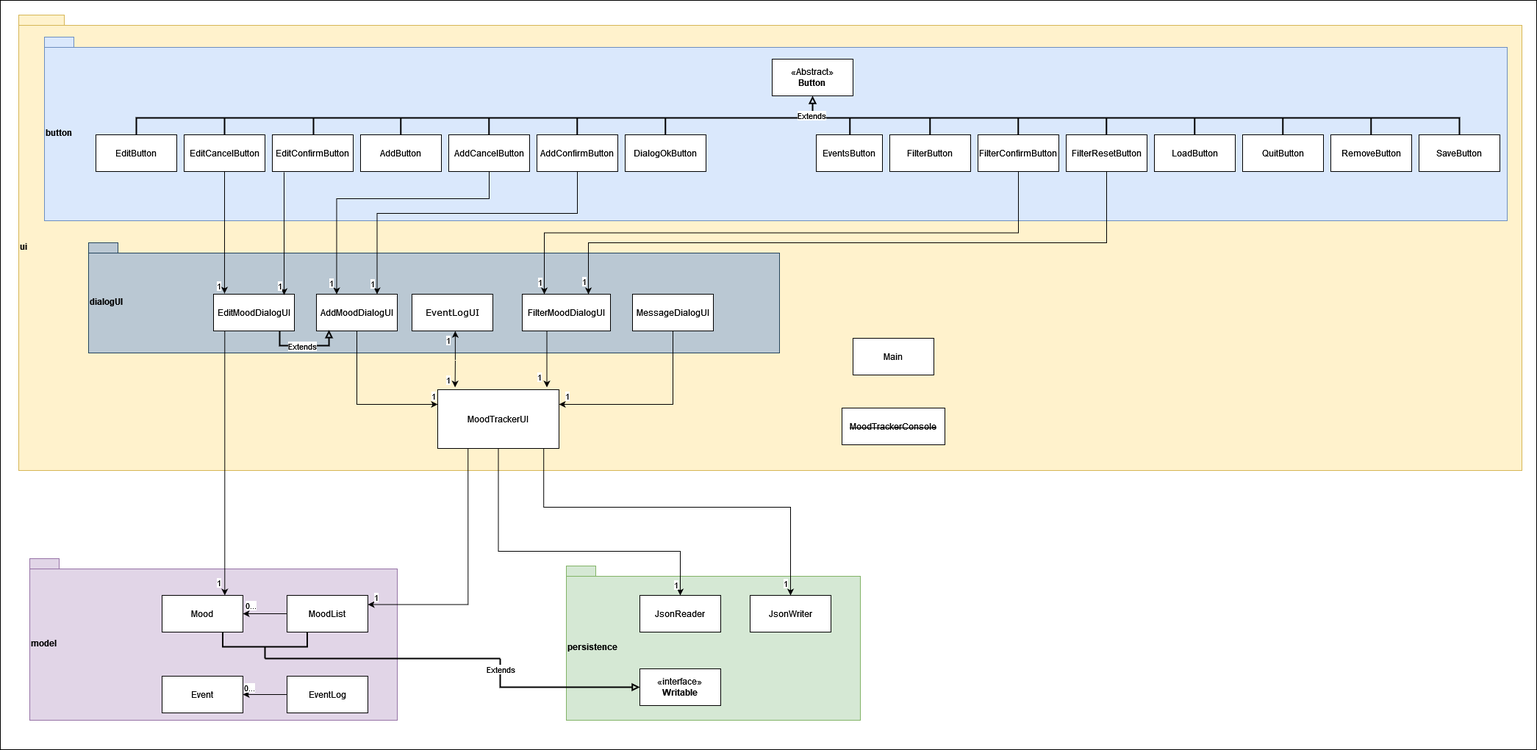
Before: UML_Design_Diagram.png, a diagram exported from draw.io (alanyhwang/Moody). Source tidied: cells renumbered, new cells last; positions are measured from the earlier drawing's top-left corner, leaving out a move shared by most shapes.
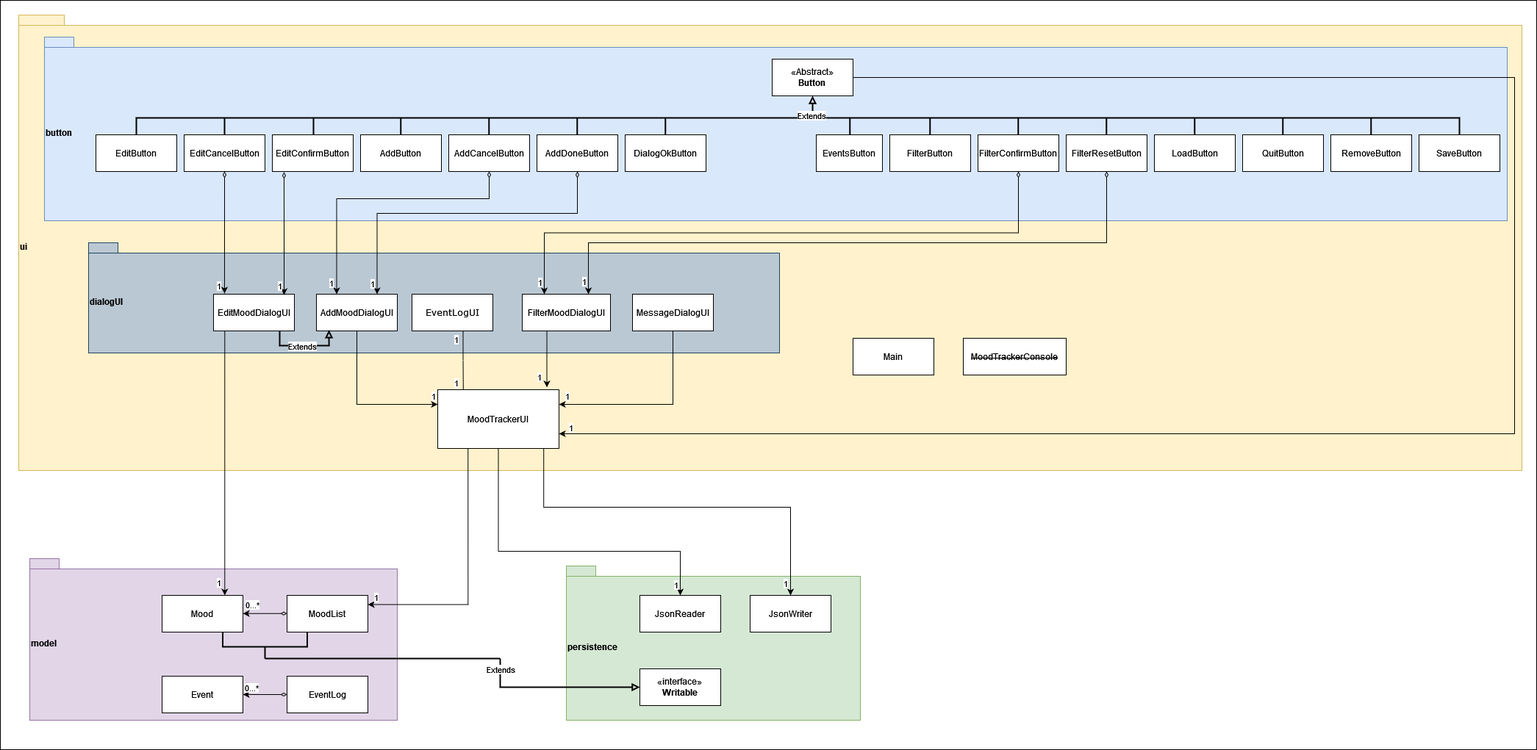
Later version of the same file.

Commit message:
Phase 4: Task 3 - updated UML diagram - updated README refactoring ideas

The edit, as a diff of the source:
```diff
@@ -33,7 +33,7 @@
       <mxGeometry x="1160" y="460" width="110" height="50" as="geometry" />
     </mxCell>
     <mxCell id="11" value="&lt;strike&gt;MoodTrackerConsole&lt;/strike&gt;" style="html=1;whiteSpace=wrap;" parent="1" vertex="1">
-      <mxGeometry x="1145" y="555" width="140" height="50" as="geometry" />
+      <mxGeometry x="1310" y="460" width="140" height="50" as="geometry" />
     </mxCell>
     <mxCell id="12" style="edgeStyle=orthogonalEdgeStyle;rounded=0;jettySize=auto;html=1;exitX=0.25;exitY=1;exitDx=0;exitDy=0;entryX=1;entryY=0.25;entryDx=0;entryDy=0;" parent="1" edge="1" source="18" target="27">
       <mxGeometry relative="1" as="geometry" />
@@ -78,12 +78,17 @@
     <mxCell id="20" value="Mood" style="html=1;whiteSpace=wrap;" parent="1" vertex="1">
       <mxGeometry x="220" y="810" width="110" height="50" as="geometry" />
     </mxCell>
-    <mxCell id="21" style="edgeStyle=orthogonalEdgeStyle;rounded=0;jettySize=auto;html=1;exitX=0;exitY=0.5;exitDx=0;exitDy=0;entryX=1;entryY=0.5;entryDx=0;entryDy=0;" parent="1" edge="1" source="23" target="19">
-      <mxGeometry relative="1" as="geometry" />
+    <mxCell id="21" style="edgeStyle=orthogonalEdgeStyle;rounded=0;jettySize=auto;html=1;exitX=0;exitY=0.5;exitDx=0;exitDy=0;entryX=1;entryY=0.5;entryDx=0;entryDy=0;startArrow=diamondThin;startFill=0;" parent="1" edge="1" source="23" target="19">
+      <mxGeometry relative="1" as="geometry">
+        <Array as="points">
+          <mxPoint x="360" y="945" />
+          <mxPoint x="360" y="945" />
+        </Array>
+      </mxGeometry>
     </mxCell>
-    <mxCell id="22" value="0..." style="edgeLabel;html=1;align=center;verticalAlign=middle;" parent="21" vertex="1">
+    <mxCell id="22" value="0...*" style="edgeLabel;html=1;align=center;verticalAlign=middle;" parent="21" vertex="1">
       <mxGeometry x="0.73" y="-2" relative="1" as="geometry">
-        <mxPoint y="-8" as="offset" />
+        <mxPoint x="3" y="-8" as="offset" />
       </mxGeometry>
     </mxCell>
     <mxCell id="23" value="EventLog" style="html=1;whiteSpace=wrap;" parent="1" vertex="1">
@@ -97,12 +102,15 @@
         </Array>
       </mxGeometry>
     </mxCell>
-    <mxCell id="25" style="edgeStyle=orthogonalEdgeStyle;rounded=0;jettySize=auto;html=1;exitX=0;exitY=0.5;exitDx=0;exitDy=0;entryX=1;entryY=0.5;entryDx=0;entryDy=0;" parent="1" edge="1" source="27" target="20">
-      <mxGeometry relative="1" as="geometry" />
+    <mxCell id="25" style="edgeStyle=orthogonalEdgeStyle;rounded=0;orthogonalLoop=1;jettySize=auto;html=1;exitX=0;exitY=0.5;exitDx=0;exitDy=0;entryX=1;entryY=0.5;entryDx=0;entryDy=0;startArrow=diamondThin;startFill=0;endArrow=classic;endFill=1;" parent="1" edge="1">
+      <mxGeometry relative="1" as="geometry">
+        <mxPoint x="390" y="834.7" as="sourcePoint" />
+        <mxPoint x="330" y="834.7" as="targetPoint" />
+      </mxGeometry>
     </mxCell>
-    <mxCell id="26" value="0..." style="edgeLabel;html=1;align=center;verticalAlign=middle;" parent="25" vertex="1">
+    <mxCell id="26" value="0...*" style="edgeLabel;html=1;align=center;verticalAlign=middle;" parent="25" vertex="1">
       <mxGeometry x="0.7" y="-3" relative="1" as="geometry">
-        <mxPoint x="1" y="-9" as="offset" />
+        <mxPoint x="3" y="-9" as="offset" />
       </mxGeometry>
     </mxCell>
     <mxCell id="27" value="MoodList" style="html=1;whiteSpace=wrap;" parent="1" vertex="1">
@@ -169,14 +177,25 @@
     <mxCell id="40" value="EditMoodDialogUI" style="html=1;whiteSpace=wrap;" parent="1" vertex="1">
       <mxGeometry x="290" y="400" width="110" height="50" as="geometry" />
     </mxCell>
-    <mxCell id="41" style="edgeStyle=orthogonalEdgeStyle;rounded=0;jettySize=auto;html=1;entryX=0.143;entryY=-0.04;entryDx=0;entryDy=0;entryPerimeter=0;startArrow=classic;startFill=1;exitX=0.535;exitY=1.004;exitDx=0;exitDy=0;exitPerimeter=0;" parent="1" edge="1" source="43" target="18">
-      <mxGeometry relative="1" as="geometry" />
+    <mxCell id="41" style="edgeStyle=orthogonalEdgeStyle;rounded=0;jettySize=auto;html=1;entryX=0.211;entryY=0.001;entryDx=0;entryDy=0;entryPerimeter=0;startArrow=none;startFill=0;exitX=0.632;exitY=1.001;exitDx=0;exitDy=0;exitPerimeter=0;endArrow=none;endFill=0;" parent="1" edge="1" target="18">
+      <mxGeometry relative="1" as="geometry">
+        <mxPoint x="629.5" y="450.1" as="sourcePoint" />
+        <Array as="points">
+          <mxPoint x="630" y="490" />
+          <mxPoint x="630" y="490" />
+        </Array>
+      </mxGeometry>
     </mxCell>
     <mxCell id="42" value="1" style="edgeLabel;html=1;align=center;verticalAlign=middle;" parent="41" vertex="1">
       <mxGeometry x="0.74" relative="1" as="geometry">
         <mxPoint x="-10" as="offset" />
       </mxGeometry>
     </mxCell>
+    <mxCell id="95" value="1" style="edgeLabel;html=1;align=center;verticalAlign=middle;" parent="41" vertex="1">
+      <mxGeometry x="-0.73" y="1" relative="1" as="geometry">
+        <mxPoint x="-11" as="offset" />
+      </mxGeometry>
+    </mxCell>
     <mxCell id="43" value="&lt;font face=&quot;Verdana&quot;&gt;EventLogUI&lt;/font&gt;" style="html=1;whiteSpace=wrap;" parent="1" vertex="1">
       <mxGeometry x="560" y="400" width="110" height="50" as="geometry" />
     </mxCell>
@@ -207,18 +226,27 @@
     <mxCell id="49" value="MessageDialogUI" style="html=1;whiteSpace=wrap;" parent="1" vertex="1">
       <mxGeometry x="860" y="400" width="110" height="50" as="geometry" />
     </mxCell>
-    <mxCell id="50" value="1" style="edgeLabel;html=1;align=center;verticalAlign=middle;" parent="1" vertex="1">
-      <mxGeometry x="615" y="555" as="geometry">
-        <mxPoint x="-6" y="-92" as="offset" />
-      </mxGeometry>
-    </mxCell>
+    <mxCell id="96" style="edgeStyle=orthogonalEdgeStyle;rounded=0;jettySize=auto;html=1;exitX=0;exitY=0.5;exitDx=0;exitDy=0;" parent="1" edge="1" source="51">
+      <mxGeometry relative="1" as="geometry">
+        <mxPoint x="760" y="590" as="targetPoint" />
+        <Array as="points">
+          <mxPoint x="2060" y="105" />
+          <mxPoint x="2060" y="590" />
+        </Array>
+      </mxGeometry>
+    </mxCell>
+    <mxCell id="97" value="1" style="edgeLabel;html=1;align=center;verticalAlign=middle;" parent="96" vertex="1">
+      <mxGeometry x="0.99" relative="1" as="geometry">
+        <mxPoint y="-9" as="offset" />
+      </mxGeometry>
+    </mxCell>
     <mxCell id="51" value="&lt;div&gt;«Abstract»&lt;b&gt;&lt;br&gt;&lt;/b&gt;&lt;/div&gt;&lt;div&gt;&lt;b&gt;Button&lt;/b&gt;&lt;/div&gt;" style="html=1;whiteSpace=wrap;" parent="1" vertex="1">
       <mxGeometry x="1050" y="80" width="110" height="50" as="geometry" />
     </mxCell>
     <mxCell id="52" value="EditButton" style="html=1;whiteSpace=wrap;" parent="1" vertex="1">
       <mxGeometry x="130" y="183" width="110" height="50" as="geometry" />
     </mxCell>
-    <mxCell id="53" style="edgeStyle=orthogonalEdgeStyle;rounded=0;jettySize=auto;html=1;exitX=0.5;exitY=1;exitDx=0;exitDy=0;entryX=0.136;entryY=-0.02;entryDx=0;entryDy=0;entryPerimeter=0;" parent="1" edge="1" source="55" target="40">
+    <mxCell id="53" style="edgeStyle=orthogonalEdgeStyle;rounded=0;jettySize=auto;html=1;exitX=0.5;exitY=1;exitDx=0;exitDy=0;entryX=0.136;entryY=-0.02;entryDx=0;entryDy=0;entryPerimeter=0;startArrow=diamondThin;startFill=0;" parent="1" edge="1" source="55" target="40">
       <mxGeometry relative="1" as="geometry" />
     </mxCell>
     <mxCell id="54" value="1" style="edgeLabel;html=1;align=center;verticalAlign=middle;" parent="53" vertex="1">
@@ -229,7 +257,7 @@
     <mxCell id="55" value="EditCancelButton" style="html=1;whiteSpace=wrap;" parent="1" vertex="1">
       <mxGeometry x="250" y="183" width="110" height="50" as="geometry" />
     </mxCell>
-    <mxCell id="56" style="edgeStyle=orthogonalEdgeStyle;rounded=0;jettySize=auto;html=1;entryX=0.873;entryY=0.02;entryDx=0;entryDy=0;entryPerimeter=0;exitX=0.145;exitY=1.02;exitDx=0;exitDy=0;exitPerimeter=0;" parent="1" edge="1" source="58" target="40">
+    <mxCell id="56" style="edgeStyle=orthogonalEdgeStyle;rounded=0;jettySize=auto;html=1;entryX=0.873;entryY=0.02;entryDx=0;entryDy=0;entryPerimeter=0;exitX=0.145;exitY=1.02;exitDx=0;exitDy=0;exitPerimeter=0;startArrow=diamondThin;startFill=0;" parent="1" edge="1" source="58" target="40">
       <mxGeometry relative="1" as="geometry" />
     </mxCell>
     <mxCell id="57" value="1" style="edgeLabel;html=1;align=center;verticalAlign=middle;" parent="56" vertex="1">
@@ -246,7 +274,7 @@
     <mxCell id="60" value="AddCancelButton" style="html=1;whiteSpace=wrap;" parent="1" vertex="1">
       <mxGeometry x="610" y="183" width="110" height="50" as="geometry" />
     </mxCell>
-    <mxCell id="61" style="edgeStyle=orthogonalEdgeStyle;rounded=0;jettySize=auto;html=1;exitX=0.5;exitY=1;exitDx=0;exitDy=0;entryX=0.25;entryY=0;entryDx=0;entryDy=0;strokeWidth=1;" parent="1" edge="1" source="60" target="35">
+    <mxCell id="61" style="edgeStyle=orthogonalEdgeStyle;rounded=0;jettySize=auto;html=1;exitX=0.5;exitY=1;exitDx=0;exitDy=0;entryX=0.25;entryY=0;entryDx=0;entryDy=0;strokeWidth=1;startArrow=diamondThin;startFill=0;" parent="1" edge="1" source="60" target="35">
       <mxGeometry relative="1" as="geometry">
         <Array as="points">
           <mxPoint x="665" y="270" />
@@ -259,10 +287,10 @@
         <mxPoint x="-5" y="-5" as="offset" />
       </mxGeometry>
     </mxCell>
-    <mxCell id="63" value="AddConfirmButton" style="html=1;whiteSpace=wrap;" parent="1" vertex="1">
+    <mxCell id="63" value="AddDoneButton" style="html=1;whiteSpace=wrap;" parent="1" vertex="1">
       <mxGeometry x="730" y="183" width="110" height="50" as="geometry" />
     </mxCell>
-    <mxCell id="64" style="edgeStyle=orthogonalEdgeStyle;rounded=0;jettySize=auto;html=1;exitX=0.5;exitY=1;exitDx=0;exitDy=0;entryX=0.75;entryY=0;entryDx=0;entryDy=0;strokeWidth=1;" parent="1" edge="1" source="63" target="35">
+    <mxCell id="64" style="edgeStyle=orthogonalEdgeStyle;rounded=0;jettySize=auto;html=1;exitX=0.5;exitY=1;exitDx=0;exitDy=0;entryX=0.75;entryY=0;entryDx=0;entryDy=0;strokeWidth=1;startArrow=diamondThin;startFill=0;" parent="1" edge="1" source="63" target="35">
       <mxGeometry relative="1" as="geometry">
         <Array as="points">
           <mxPoint x="785" y="290" />
@@ -292,7 +320,7 @@
     <mxCell id="69" value="FilterButton" style="html=1;whiteSpace=wrap;" parent="1" vertex="1">
       <mxGeometry x="1210" y="183" width="110" height="50" as="geometry" />
     </mxCell>
-    <mxCell id="70" style="edgeStyle=orthogonalEdgeStyle;rounded=0;jettySize=auto;html=1;exitX=0.5;exitY=1;exitDx=0;exitDy=0;entryX=0.25;entryY=0;entryDx=0;entryDy=0;strokeWidth=1;" parent="1" edge="1" source="72" target="46">
+    <mxCell id="70" style="edgeStyle=orthogonalEdgeStyle;rounded=0;jettySize=auto;html=1;exitX=0.5;exitY=1;exitDx=0;exitDy=0;entryX=0.25;entryY=0;entryDx=0;entryDy=0;strokeWidth=1;startArrow=diamondThin;startFill=0;" parent="1" edge="1" source="72" target="46">
       <mxGeometry relative="1" as="geometry" />
     </mxCell>
     <mxCell id="71" value="1" style="edgeLabel;html=1;align=center;verticalAlign=middle;" parent="70" vertex="1">
@@ -303,7 +331,7 @@
     <mxCell id="72" value="FilterConfirmButton" style="html=1;whiteSpace=wrap;" parent="1" vertex="1">
       <mxGeometry x="1330" y="183" width="110" height="50" as="geometry" />
     </mxCell>
-    <mxCell id="73" style="edgeStyle=orthogonalEdgeStyle;rounded=0;jettySize=auto;html=1;exitX=0.5;exitY=1;exitDx=0;exitDy=0;entryX=0.75;entryY=0;entryDx=0;entryDy=0;strokeWidth=1;" parent="1" edge="1" source="75" target="46">
+    <mxCell id="73" style="edgeStyle=orthogonalEdgeStyle;rounded=0;jettySize=auto;html=1;exitX=0.5;exitY=1;exitDx=0;exitDy=0;entryX=0.75;entryY=0;entryDx=0;entryDy=0;strokeWidth=1;startArrow=diamondThin;startFill=0;" parent="1" edge="1" source="75" target="46">
       <mxGeometry relative="1" as="geometry">
         <Array as="points">
           <mxPoint x="1505" y="330" />
```
